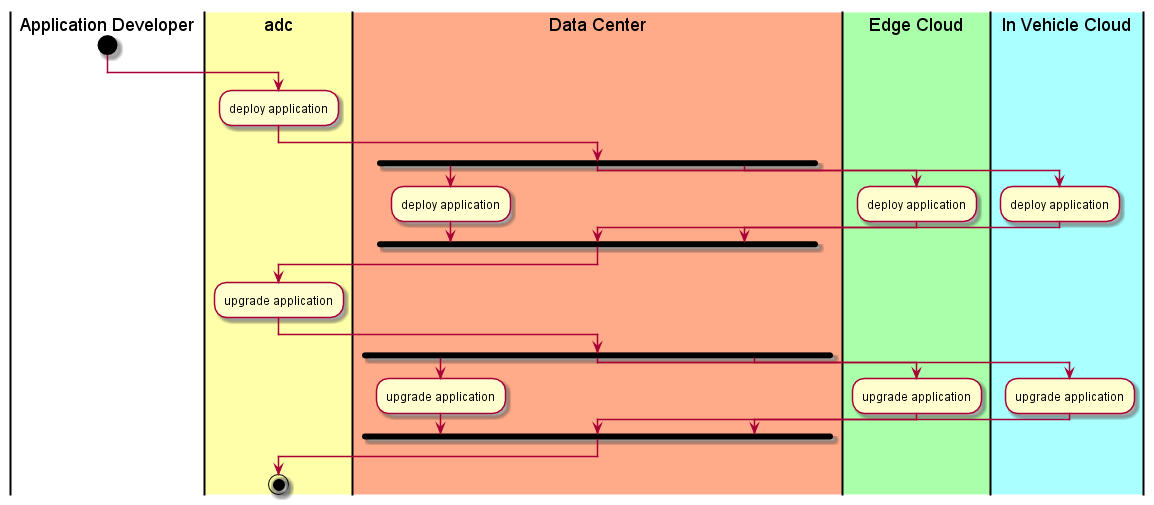
Earlier version of the PlantUML export docs/UseCases/Manage-Applications/Activities.png (CAADE/ADC).
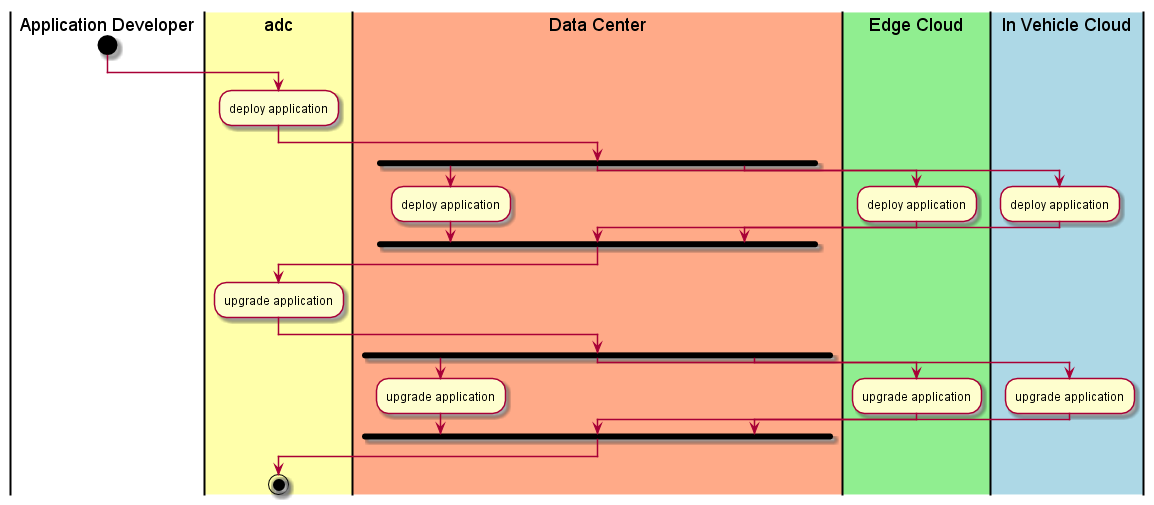
After the commit.

The edit, as a diff of the source:
```diff
@@ -7,10 +7,10 @@
 |#ffaa88|Data Center|
 :deploy application;
 fork again
-|#aaffaa|Edge Cloud|
+|#lightgreen|Edge Cloud|
 :deploy application;
 fork again
-|#aaffff|In Vehicle Cloud|
+|#lightblue|In Vehicle Cloud|
 :deploy application;
 end fork
 |adc|
```
